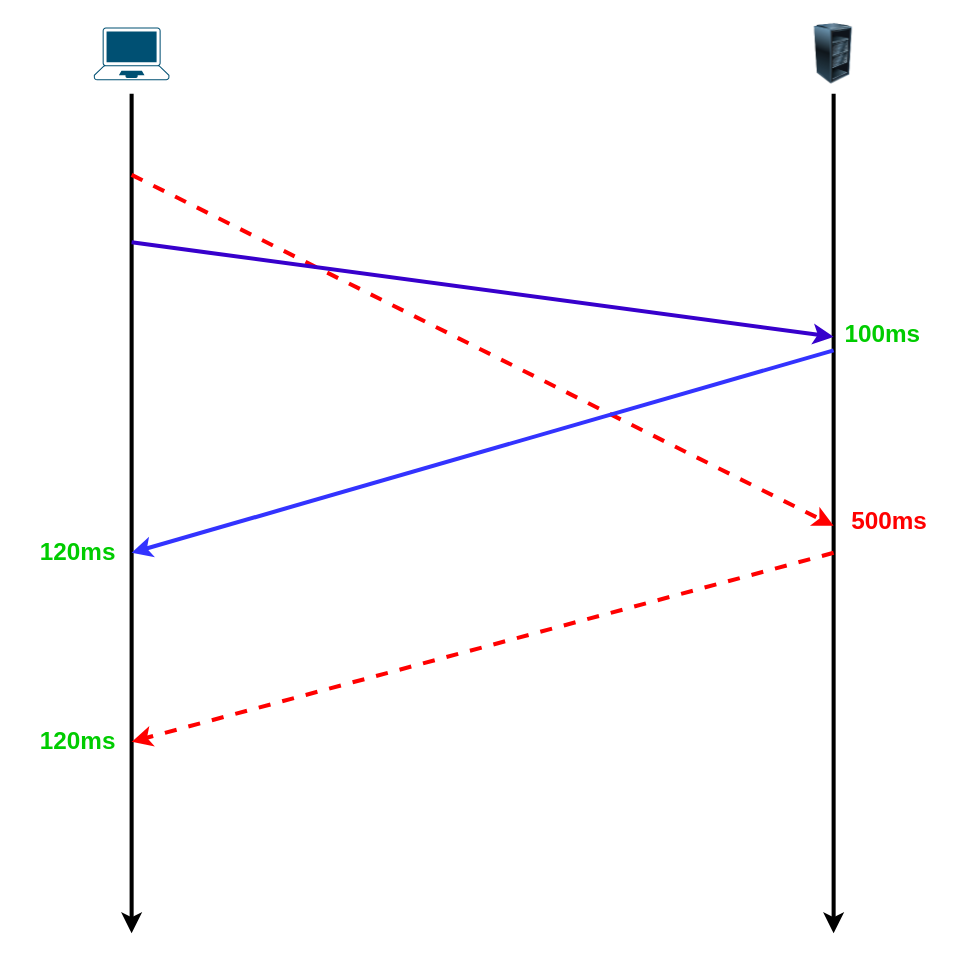
This is tcp-handshake.drawio from auula/draw.io, a draw.io file, before an edit. Source tidied: cells renumbered, new cells numbered last; positions are measured from the earlier drawing's top-left corner, leaving out a move shared by most shapes. Both pictures are drawn from the tidied source at 135%, with x=0, y=0 at pixel (23, 23).
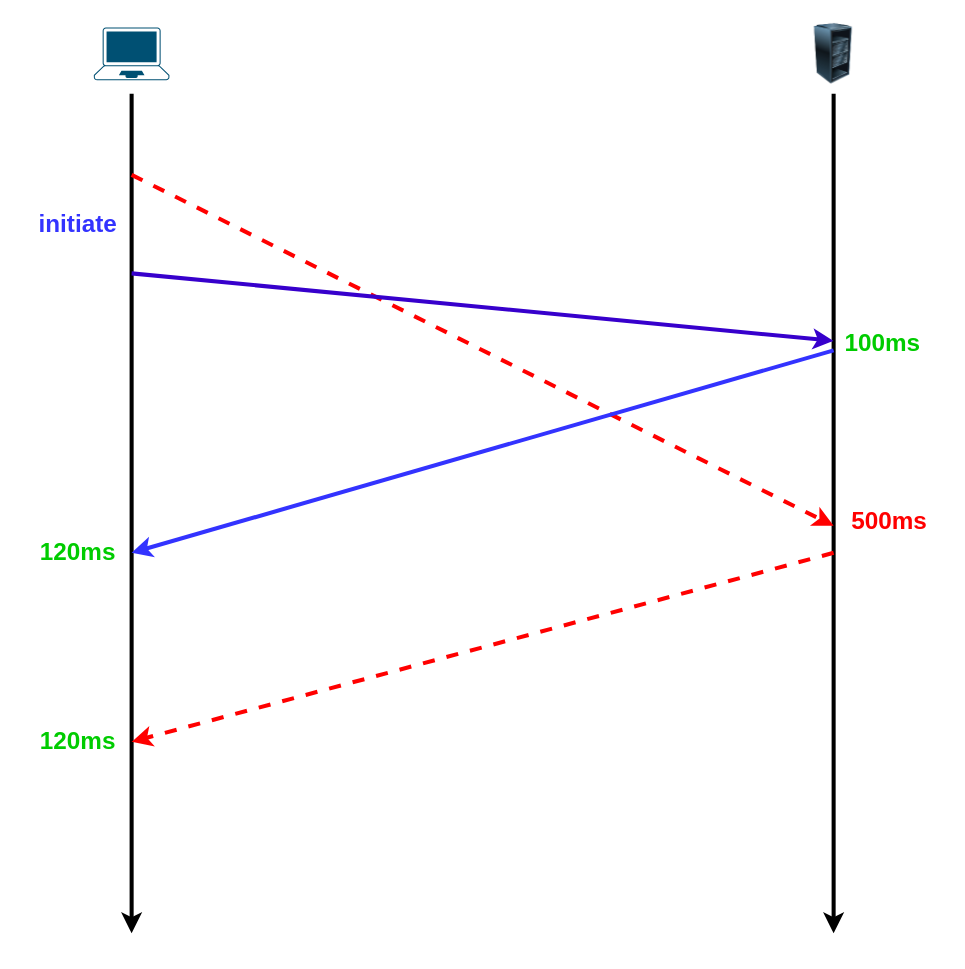
After the change.

Diff of the diagram source:
```diff
@@
     <mxCell id="7" style="endArrow=classic;html=1;rounded=0;fontSize=14;strokeWidth=3;fillColor=#6a00ff;strokeColor=#3700CC;" parent="1" edge="1">
       <mxGeometry relative="1" as="geometry">
-        <mxPoint x="80" y="162" as="sourcePoint" />
-        <mxPoint x="600" y="232" as="targetPoint" />
+        <mxPoint x="80" y="185" as="sourcePoint" />
+        <mxPoint x="600" y="235" as="targetPoint" />
       </mxGeometry>
     </mxCell>
     <mxCell id="8" value="&lt;font color=&quot;#00cc00&quot; style=&quot;font-size: 18px;&quot;&gt;&lt;b style=&quot;&quot;&gt;100ms&lt;/b&gt;&lt;/font&gt;" style="text;html=1;align=center;verticalAlign=middle;strokeColor=none;fillColor=none;fontSize=14;" parent="1" vertex="1">
-      <mxGeometry x="596" y="210" width="80" height="40" as="geometry" />
+      <mxGeometry x="596" y="217" width="80" height="40" as="geometry" />
     </mxCell>
@@
+    <mxCell id="14" value="&lt;b&gt;&lt;font color=&quot;#3333ff&quot;&gt;initiate&lt;/font&gt;&lt;/b&gt;" style="text;html=1;align=center;verticalAlign=middle;strokeColor=none;fillColor=none;fontSize=18;fontColor=#00CC00;" parent="1" vertex="1">
+      <mxGeometry y="129" width="80" height="40" as="geometry" />
+    </mxCell>
```
